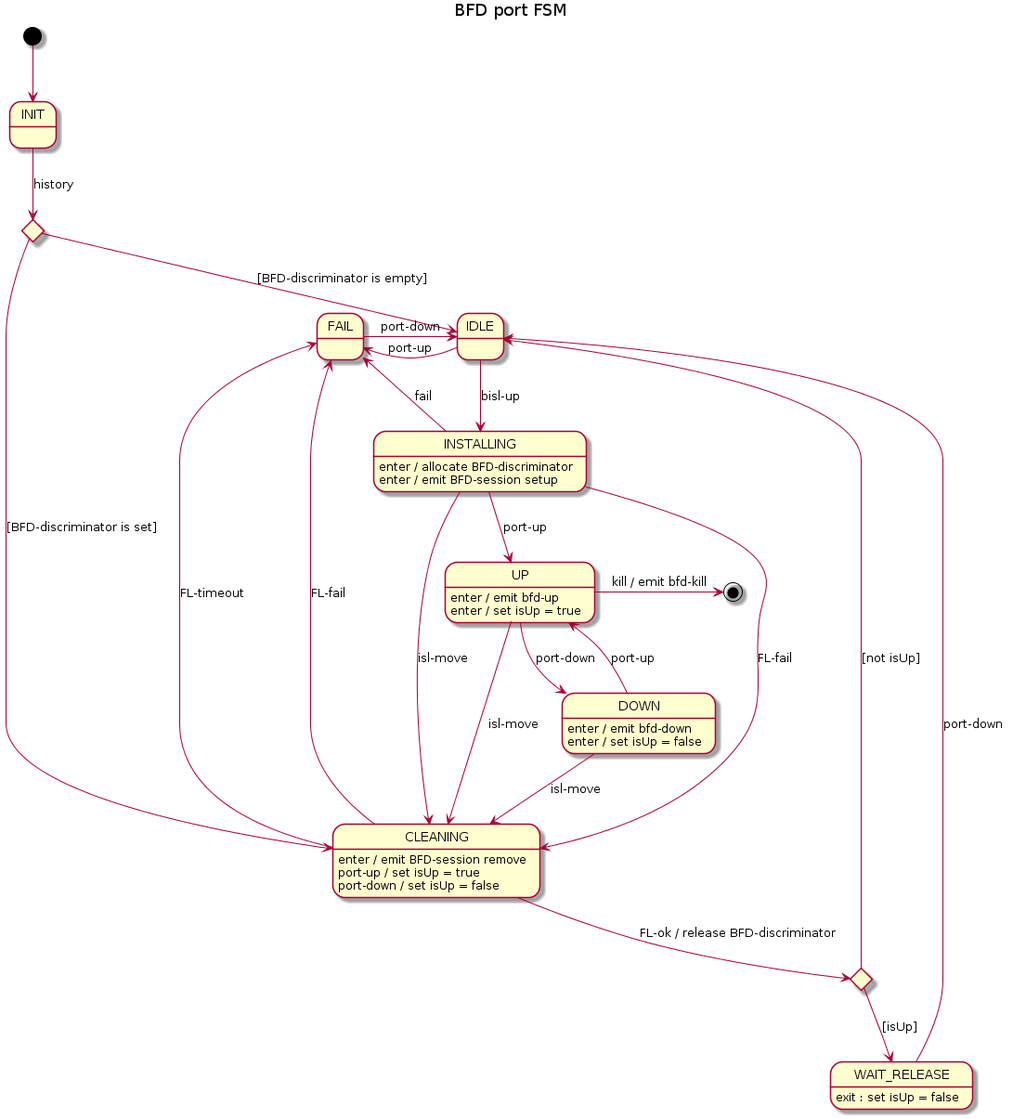
Before: docs/design/network-discovery/bfd-port-FSM.png, a diagram exported from PlantUML (telstra/open-kilda).
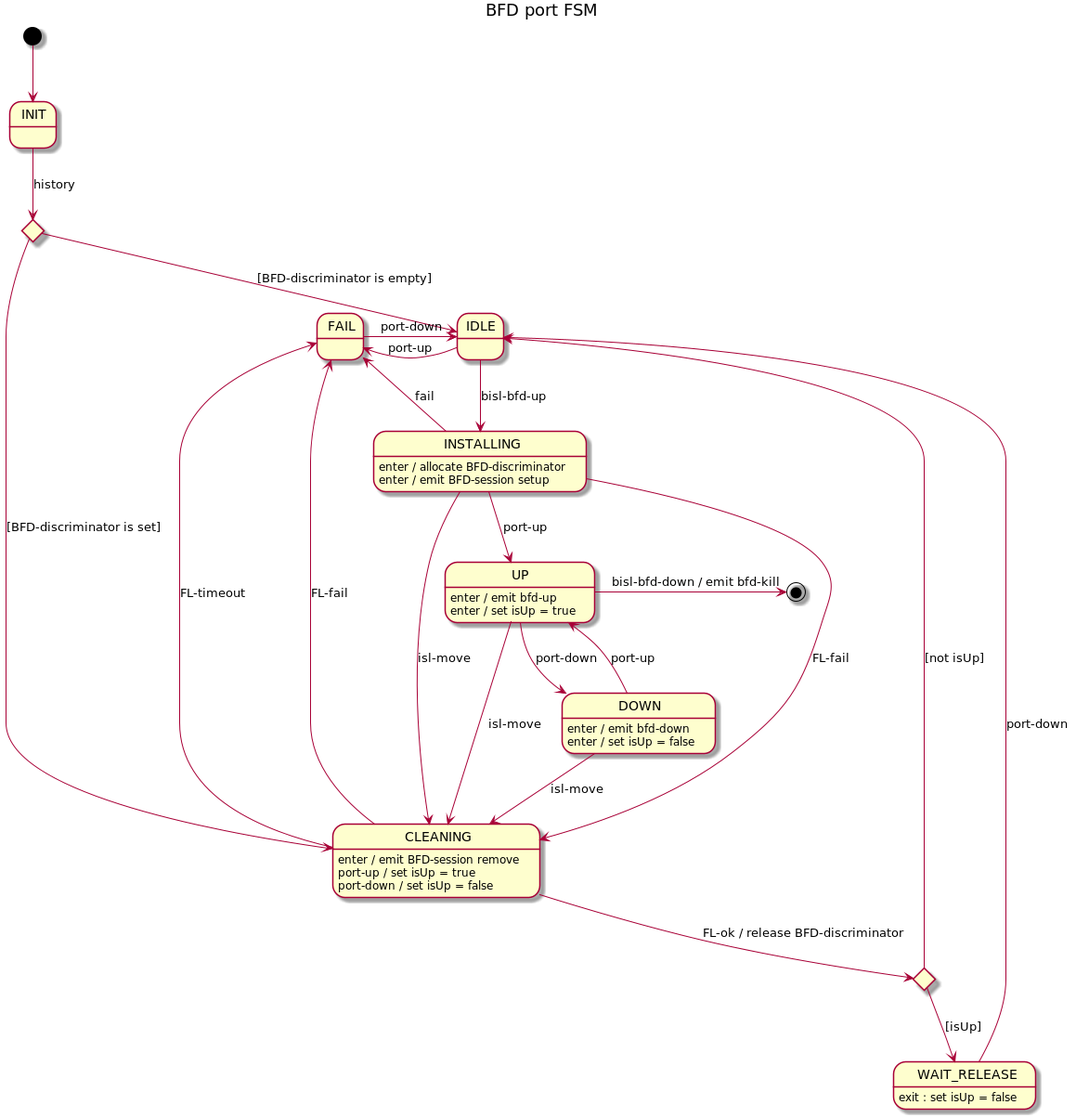
The same diagram one commit later.

The edit, as a diff of the source:
```diff
@@ -9,7 +9,7 @@
 initChoice --> IDLE : [BFD-discriminator is empty]
 initChoice --> CLEANING : [BFD-discriminator is set]
 
-IDLE --> INSTALLING : bisl-up
+IDLE --> INSTALLING : bisl-bfd-up
 IDLE -l-> FAIL : port-up
 
 INSTALLING --> UP : port-up
@@ -36,7 +36,7 @@
 
 UP --> DOWN : port-down
 UP --> CLEANING : isl-move
-UP -> [*] : kill / emit bfd-kill
+UP -> [*] : bisl-bfd-down / emit bfd-kill
 UP : enter / emit bfd-up
 UP : enter / set isUp = true
 
```
